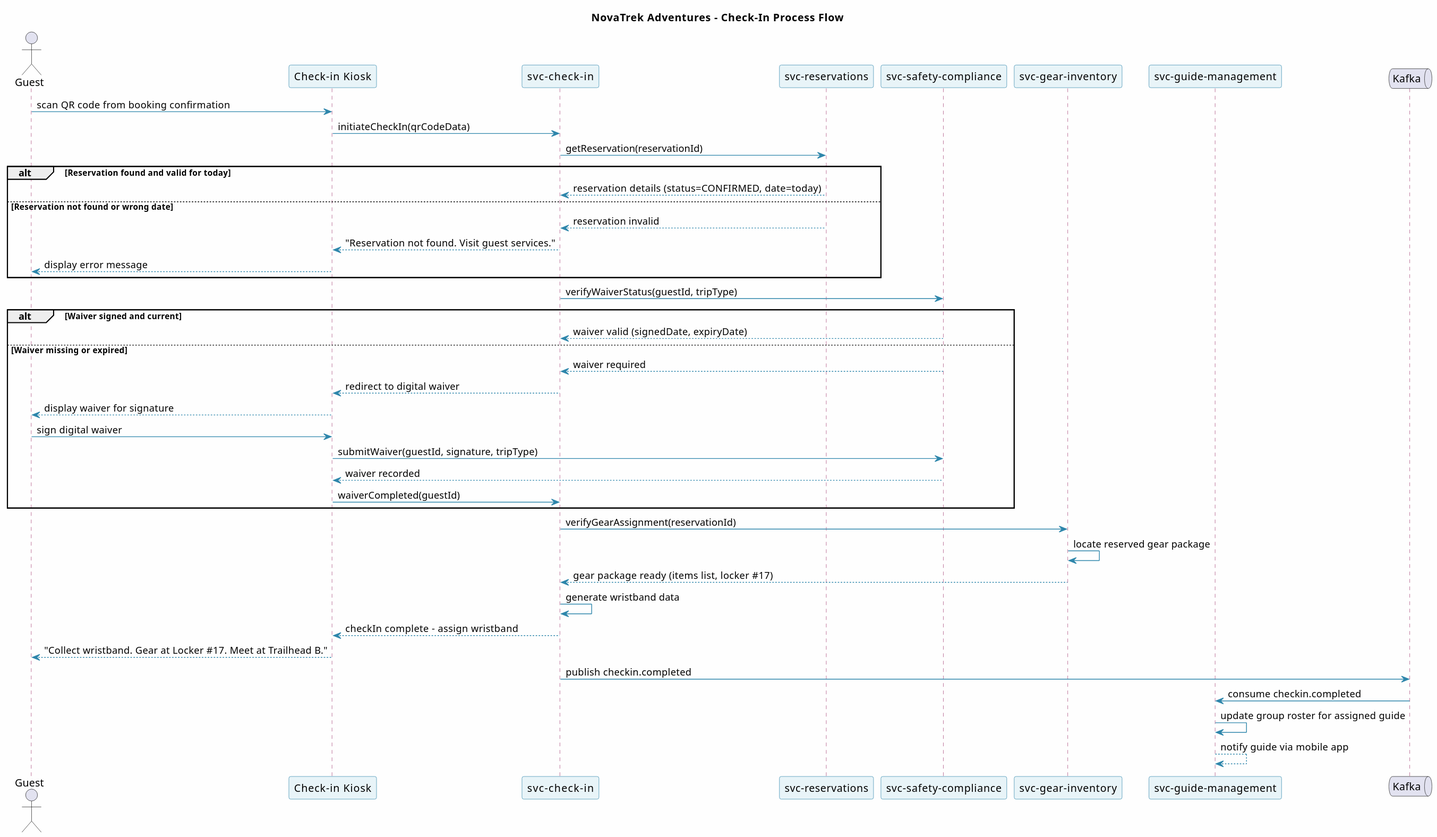
This is phase-1-ai-tool-cost-comparison/workspace/corporate-services/diagrams/Sequence/check-in-process-flow.svg from christopherblaisdell/continuous-architecture-platform-poc, a PlantUML export, as it was before one commit. The source it was exported from:
```plantuml
@startuml

title NovaTrek Adventures - Check-In Process Flow

skinparam backgroundColor #FEFEFE
skinparam shadowing false
skinparam defaultFontName "Segoe UI"
skinparam sequence {
    ArrowColor #2E86AB
    ParticipantBorderColor #2E86AB
    ParticipantBackgroundColor #E8F4F8
    LifeLineBorderColor #A23B72
    BoxBorderColor #F18F01
    BoxBackgroundColor #FFF8F0
}

actor "Guest" as guest
participant "Check-in Kiosk" as kiosk
participant "svc-check-in" as checkin
participant "svc-reservations" as reservations
participant "svc-safety-compliance" as safety
participant "svc-gear-inventory" as gear
participant "svc-guide-management" as guides
queue "Kafka" as kafka

guest -> kiosk : scan QR code from booking confirmation
kiosk -> checkin : initiateCheckIn(qrCodeData)
checkin -> reservations : getReservation(reservationId)

alt Reservation found and valid for today
    reservations --> checkin : reservation details (status=CONFIRMED, date=today)
else Reservation not found or wrong date
    reservations --> checkin : reservation invalid
    checkin --> kiosk : "Reservation not found. Visit guest services."
    kiosk --> guest : display error message
end

checkin -> safety : verifyWaiverStatus(guestId, tripType)

alt Waiver signed and current
    safety --> checkin : waiver valid (signedDate, expiryDate)
else Waiver missing or expired
    safety --> checkin : waiver required
    checkin --> kiosk : redirect to digital waiver
    kiosk --> guest : display waiver for signature
    guest -> kiosk : sign digital waiver
    kiosk -> safety : submitWaiver(guestId, signature, tripType)
    safety --> kiosk : waiver recorded
    kiosk -> checkin : waiverCompleted(guestId)
end

checkin -> gear : verifyGearAssignment(reservationId)
gear -> gear : locate reserved gear package
gear --> checkin : gear package ready (items list, locker #17)

checkin -> checkin : generate wristband data

checkin --> kiosk : checkIn complete - assign wristband
kiosk --> guest : "Collect wristband. Gear at Locker #17. Meet at Trailhead B."

checkin -> kafka : publish checkin.completed
kafka -> guides : consume checkin.completed
guides -> guides : update group roster for assigned guide
guides --> guides : notify guide via mobile app
@enduml
```
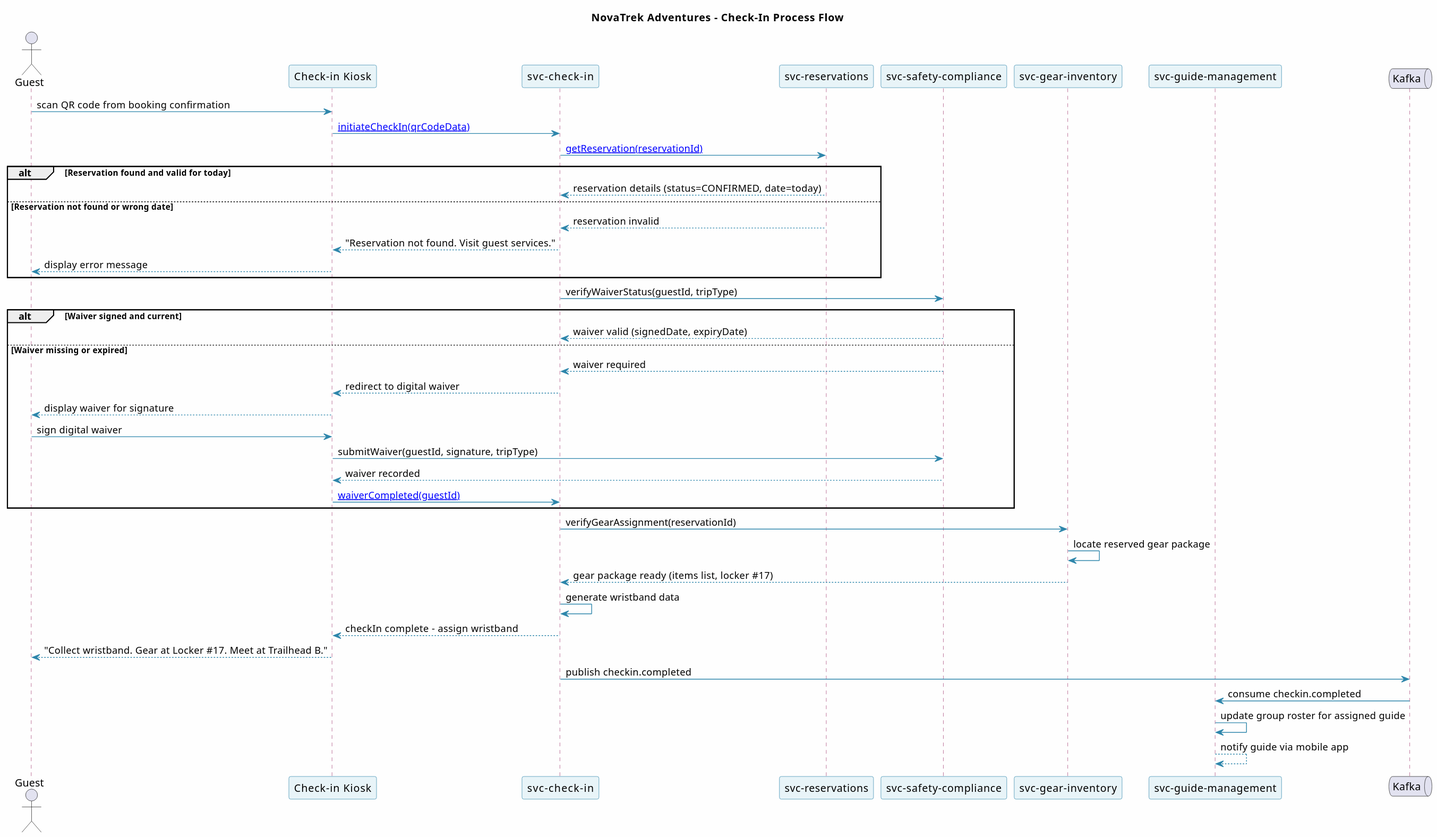
Above is the later version.

What changed in the source:
```diff
@@ -16,16 +16,16 @@
 
 actor "Guest" as guest
 participant "Check-in Kiosk" as kiosk
-participant "svc-check-in" as checkin
-participant "svc-reservations" as reservations
+participant "svc-check-in" as checkin [[/services/svc-check-in/]]
+participant "svc-reservations" as reservations [[/services/svc-reservations/]]
 participant "svc-safety-compliance" as safety
 participant "svc-gear-inventory" as gear
 participant "svc-guide-management" as guides
 queue "Kafka" as kafka
 
 guest -> kiosk : scan QR code from booking confirmation
-kiosk -> checkin : initiateCheckIn(qrCodeData)
-checkin -> reservations : getReservation(reservationId)
+kiosk -> checkin : [[/services/svc-check-in/ initiateCheckIn(qrCodeData)]]
+checkin -> reservations : [[/services/svc-reservations/ getReservation(reservationId)]]
 
 alt Reservation found and valid for today
     reservations --> checkin : reservation details (status=CONFIRMED, date=today)
@@ -46,7 +46,7 @@
     guest -> kiosk : sign digital waiver
     kiosk -> safety : submitWaiver(guestId, signature, tripType)
     safety --> kiosk : waiver recorded
-    kiosk -> checkin : waiverCompleted(guestId)
+    kiosk -> checkin : [[/services/svc-check-in/ waiverCompleted(guestId)]]
 end
 
 checkin -> gear : verifyGearAssignment(reservationId)
```
